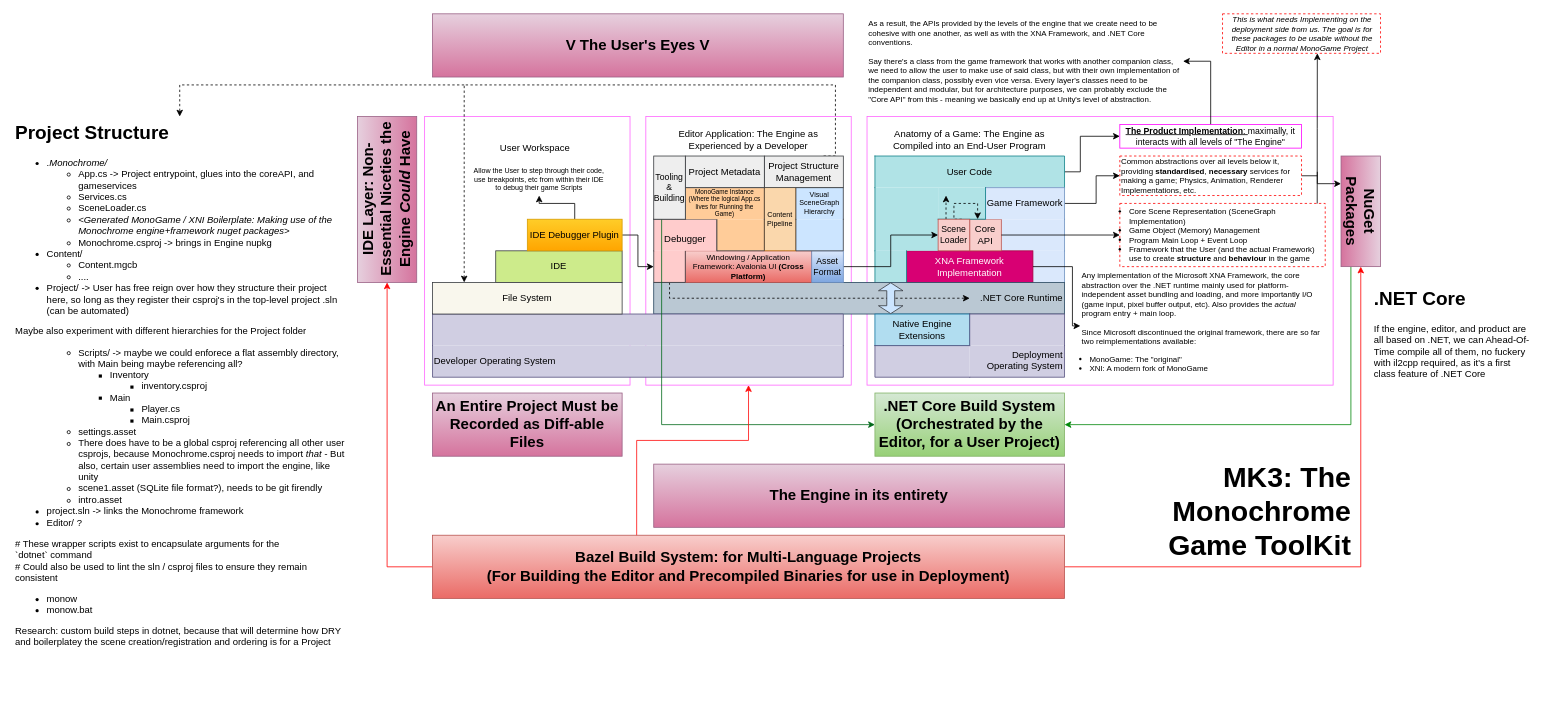
Before: PostMortem.drawio in 2004seraph/Rock-PostMortem, a draw.io diagram. Source tidied: cells renumbered, new cells numbered last; positions are measured from the earlier drawing's top-left corner, leaving out a move shared by most shapes. Both pictures are drawn from the tidied source at 79%, with x=0, y=0 at pixel (13, 13).
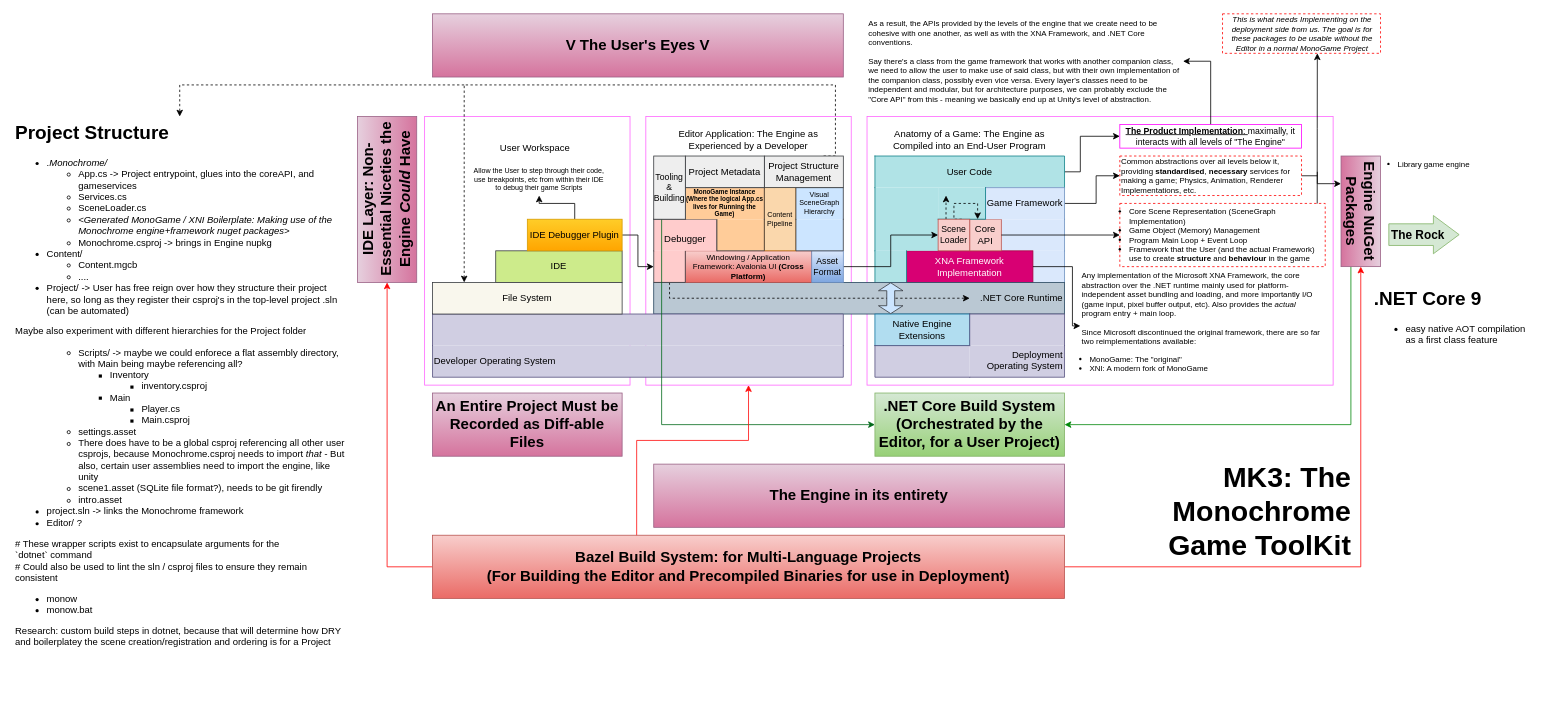
Above is the later version.

Diff of the diagram source:
```diff
@@
-    <mxCell id="54" value="&#10;&lt;font&gt;MonoGame Instance (Where the logical App.cs lives for Running the Game)&lt;/font&gt;&#10;&#10;" style="shape=partialRectangle;whiteSpace=wrap;html=1;right=1;top=1;bottom=0;fillColor=#ffcc99;routingCenterX=-0.5;strokeColor=#36393d;left=1;fontSize=8;spacingTop=7;" parent="1" vertex="1">
+    <mxCell id="54" value="&#10;&lt;font&gt;MonoGame Instance (Where the logical App.cs lives for Running the Game)&lt;/font&gt;&#10;&#10;" style="shape=partialRectangle;whiteSpace=wrap;html=1;right=1;top=1;bottom=0;fillColor=#ffcc99;routingCenterX=-0.5;strokeColor=#36393d;left=1;fontSize=8;spacingTop=7;fontStyle=1;" parent="1" vertex="1">
       <mxGeometry x="850" y="220" width="100" height="40" as="geometry" />
     </mxCell>
@@
-    <mxCell id="75" value="NuGet Packages" style="rounded=0;whiteSpace=wrap;html=1;fillColor=#e6d0de;gradientColor=#d5739d;strokeColor=#996185;verticalAlign=middle;fontSize=19;fontStyle=1;rotation=90;" parent="1" vertex="1">
+    <mxCell id="75" value="Engine NuGet Packages" style="rounded=0;whiteSpace=wrap;html=1;fillColor=#e6d0de;gradientColor=#d5739d;strokeColor=#996185;verticalAlign=middle;fontSize=19;fontStyle=1;rotation=90;" parent="1" vertex="1">
       <mxGeometry x="1635" y="225" width="140" height="50" as="geometry" />
     </mxCell>
@@
-    <mxCell id="77" value="&lt;h1 style=&quot;margin-top: 0px;&quot;&gt;.NET Core&lt;br&gt;&lt;/h1&gt;&lt;p&gt;If the engine, editor, and product are all based on .NET, we can Ahead-Of-Time compile all of them, no fuckery with il2cpp required, as it's a first class feature of .NET Core&lt;br&gt;&lt;/p&gt;" style="text;html=1;whiteSpace=wrap;overflow=hidden;rounded=0;" parent="1" vertex="1">
+    <mxCell id="77" value="&lt;h1 style=&quot;margin-top: 0px;&quot;&gt;.NET Core 9&lt;/h1&gt;&lt;div&gt;&lt;ul&gt;&lt;li&gt;easy native AOT compilation as a first class feature&lt;br&gt;&lt;/li&gt;&lt;/ul&gt;&lt;/div&gt;" style="text;html=1;whiteSpace=wrap;overflow=hidden;rounded=0;" parent="1" vertex="1">
       <mxGeometry x="1720" y="340" width="205" height="167.5" as="geometry" />
     </mxCell>
@@
+    <mxCell id="79" value="&lt;ul style=&quot;padding-left: 10px;&quot;&gt;&lt;li&gt;Library game engine&lt;/li&gt;&lt;/ul&gt;" style="text;html=1;align=left;verticalAlign=middle;whiteSpace=wrap;rounded=0;fontSize=10;strokeColor=none;dashed=1;" parent="1" vertex="1">
+      <mxGeometry x="1740" y="150" width="110" height="80" as="geometry" />
+    </mxCell>
+    <mxCell id="80" value="The Rock" style="shape=flexArrow;endArrow=classic;html=1;rounded=0;labelBackgroundColor=none;width=27.428571428571427;endSize=10.525714285714287;fillColor=#d5e8d4;strokeColor=#82b366;fontStyle=1;fontSize=15;" parent="1" edge="1">
+      <mxGeometry x="-0.17" relative="1" as="geometry">
+        <mxPoint x="1740" y="279.5" as="sourcePoint" />
+        <mxPoint x="1830" y="279.5" as="targetPoint" />
+      </mxGeometry>
+    </mxCell>
```
